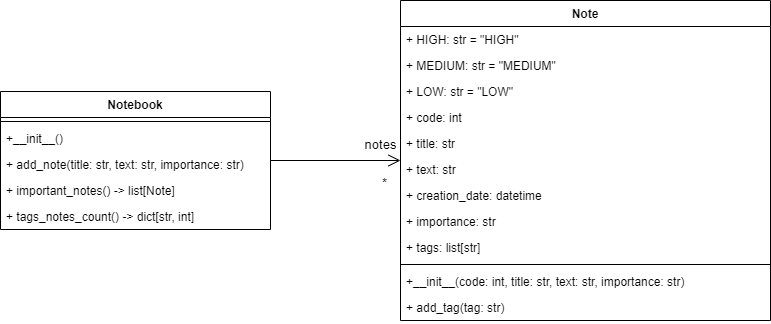
Earlier version of the draw.io export assets/images/class-model.png (zeebaz23/NotebookApp.repaso). Source tidied: cells renumbered, new cells last; positions are measured from the earlier drawing's top-left corner, leaving out a move shared by most shapes. Its diagram source:
```xml
<mxGraphModel>
  <root>
    <mxCell id="0" />
    <mxCell id="1" parent="0" />
    <mxCell id="2" style="edgeStyle=orthogonalEdgeStyle;rounded=0;jettySize=auto;html=1;endArrow=open;endFill=0;strokeWidth=1;endSize=10;" parent="1" edge="1" source="5" target="11">
      <mxGeometry relative="1" as="geometry" />
    </mxCell>
    <mxCell id="3" value="notes" style="edgeLabel;html=1;align=center;verticalAlign=middle;fontSize=13;" parent="2" vertex="1">
      <mxGeometry x="0.68" y="-2" relative="1" as="geometry">
        <mxPoint y="-19" as="offset" />
      </mxGeometry>
    </mxCell>
    <mxCell id="4" value="*" style="edgeLabel;html=1;align=center;verticalAlign=middle;fontSize=13;" parent="2" vertex="1">
      <mxGeometry x="0.68" y="-5" relative="1" as="geometry">
        <mxPoint x="4" y="17" as="offset" />
      </mxGeometry>
    </mxCell>
    <mxCell id="5" value="Notebook" style="swimlane;fontStyle=1;align=center;verticalAlign=top;horizontal=1;startSize=26;" parent="1" vertex="1">
      <mxGeometry y="91" width="270" height="138" as="geometry" />
    </mxCell>
    <mxCell id="6" style="line;strokeWidth=1;fillColor=none;align=left;verticalAlign=middle;spacingTop=-1;spacingLeft=3;spacingRight=3;labelPosition=right;strokeColor=inherit;" parent="5" vertex="1">
      <mxGeometry y="26" width="270" height="8" as="geometry" />
    </mxCell>
    <mxCell id="7" value="+__init__()" style="text;strokeColor=none;fillColor=none;align=left;verticalAlign=top;spacingLeft=4;spacingRight=4;overflow=hidden;" parent="5" vertex="1">
      <mxGeometry y="34" width="270" height="26" as="geometry" />
    </mxCell>
    <mxCell id="8" value="+ add_note(title: str, text: str, importance: str)" style="text;strokeColor=none;fillColor=none;align=left;verticalAlign=top;spacingLeft=4;spacingRight=4;overflow=hidden;" parent="5" vertex="1">
      <mxGeometry y="60" width="270" height="26" as="geometry" />
    </mxCell>
    <mxCell id="9" value="+ important_notes() -&gt; list[Note]" style="text;strokeColor=none;fillColor=none;align=left;verticalAlign=top;spacingLeft=4;spacingRight=4;overflow=hidden;" parent="5" vertex="1">
      <mxGeometry y="86" width="270" height="26" as="geometry" />
    </mxCell>
    <mxCell id="10" value="+ tags_notes_count() -&gt; dict[str, int]" style="text;strokeColor=none;fillColor=none;align=left;verticalAlign=top;spacingLeft=4;spacingRight=4;overflow=hidden;" parent="5" vertex="1">
      <mxGeometry y="112" width="270" height="26" as="geometry" />
    </mxCell>
    <mxCell id="11" value="Note" style="swimlane;fontStyle=1;align=center;verticalAlign=top;horizontal=1;startSize=26;" parent="1" vertex="1">
      <mxGeometry x="400" width="370" height="320" as="geometry" />
    </mxCell>
    <mxCell id="12" value="+ HIGH: str = &quot;HIGH&quot;" style="text;strokeColor=none;fillColor=none;align=left;verticalAlign=top;spacingLeft=4;spacingRight=4;overflow=hidden;" parent="11" vertex="1">
      <mxGeometry y="26" width="370" height="26" as="geometry" />
    </mxCell>
    <mxCell id="13" value="+ MEDIUM: str = &quot;MEDIUM&quot;" style="text;strokeColor=none;fillColor=none;align=left;verticalAlign=top;spacingLeft=4;spacingRight=4;overflow=hidden;" parent="11" vertex="1">
      <mxGeometry y="52" width="370" height="26" as="geometry" />
    </mxCell>
    <mxCell id="14" value="+ LOW: str = &quot;LOW&quot;" style="text;strokeColor=none;fillColor=none;align=left;verticalAlign=top;spacingLeft=4;spacingRight=4;overflow=hidden;" parent="11" vertex="1">
      <mxGeometry y="78" width="370" height="26" as="geometry" />
    </mxCell>
    <mxCell id="15" value="+ code: int" style="text;strokeColor=none;fillColor=none;align=left;verticalAlign=top;spacingLeft=4;spacingRight=4;overflow=hidden;" parent="11" vertex="1">
      <mxGeometry y="104" width="370" height="26" as="geometry" />
    </mxCell>
    <mxCell id="16" value="+ title: str" style="text;strokeColor=none;fillColor=none;align=left;verticalAlign=top;spacingLeft=4;spacingRight=4;overflow=hidden;" parent="11" vertex="1">
      <mxGeometry y="130" width="370" height="26" as="geometry" />
    </mxCell>
    <mxCell id="17" value="+ text: str" style="text;strokeColor=none;fillColor=none;align=left;verticalAlign=top;spacingLeft=4;spacingRight=4;overflow=hidden;" parent="11" vertex="1">
      <mxGeometry y="156" width="370" height="26" as="geometry" />
    </mxCell>
    <mxCell id="18" value="+ creation_date: datetime" style="text;strokeColor=none;fillColor=none;align=left;verticalAlign=top;spacingLeft=4;spacingRight=4;overflow=hidden;" parent="11" vertex="1">
      <mxGeometry y="182" width="370" height="26" as="geometry" />
    </mxCell>
    <mxCell id="19" value="+ importance: str" style="text;strokeColor=none;fillColor=none;align=left;verticalAlign=top;spacingLeft=4;spacingRight=4;overflow=hidden;" parent="11" vertex="1">
      <mxGeometry y="208" width="370" height="26" as="geometry" />
    </mxCell>
    <mxCell id="20" value="+ tags: list[str]" style="text;strokeColor=none;fillColor=none;align=left;verticalAlign=top;spacingLeft=4;spacingRight=4;overflow=hidden;" parent="11" vertex="1">
      <mxGeometry y="234" width="370" height="26" as="geometry" />
    </mxCell>
    <mxCell id="21" style="line;strokeWidth=1;fillColor=none;align=left;verticalAlign=middle;spacingTop=-1;spacingLeft=3;spacingRight=3;labelPosition=right;strokeColor=inherit;" parent="11" vertex="1">
      <mxGeometry y="260" width="370" height="8" as="geometry" />
    </mxCell>
    <mxCell id="22" value="+__init__(code: int, title: str, text: str, importance: str)" style="text;strokeColor=none;fillColor=none;align=left;verticalAlign=top;spacingLeft=4;spacingRight=4;overflow=hidden;" parent="11" vertex="1">
      <mxGeometry y="268" width="370" height="26" as="geometry" />
    </mxCell>
    <mxCell id="23" value="+ add_tag(tag: str)" style="text;strokeColor=none;fillColor=none;align=left;verticalAlign=top;spacingLeft=4;spacingRight=4;overflow=hidden;" parent="11" vertex="1">
      <mxGeometry y="294" width="370" height="26" as="geometry" />
    </mxCell>
  </root>
</mxGraphModel>
```
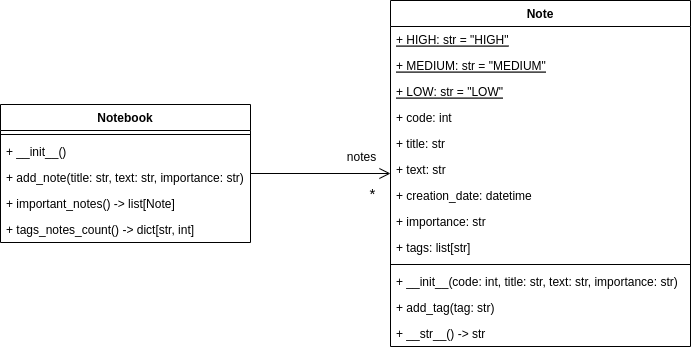
The same diagram one commit later.

What changed in the source:
```diff
@@ -2,75 +2,78 @@
   <root>
     <mxCell id="0" />
     <mxCell id="1" parent="0" />
-    <mxCell id="2" style="edgeStyle=orthogonalEdgeStyle;rounded=0;jettySize=auto;html=1;endArrow=open;endFill=0;strokeWidth=1;endSize=10;" parent="1" edge="1" source="5" target="11">
+    <mxCell id="2" style="edgeStyle=orthogonalEdgeStyle;rounded=0;jettySize=auto;html=1;endArrow=open;endFill=0;endSize=9;" parent="1" edge="1" source="5" target="11">
       <mxGeometry relative="1" as="geometry" />
     </mxCell>
-    <mxCell id="3" value="notes" style="edgeLabel;html=1;align=center;verticalAlign=middle;fontSize=13;" parent="2" vertex="1">
-      <mxGeometry x="0.68" y="-2" relative="1" as="geometry">
-        <mxPoint y="-19" as="offset" />
+    <mxCell id="3" value="notes" style="edgeLabel;html=1;align=center;verticalAlign=middle;fontSize=12;" parent="2" vertex="1">
+      <mxGeometry x="0.69" relative="1" as="geometry">
+        <mxPoint x="-8" y="-17" as="offset" />
       </mxGeometry>
     </mxCell>
-    <mxCell id="4" value="*" style="edgeLabel;html=1;align=center;verticalAlign=middle;fontSize=13;" parent="2" vertex="1">
-      <mxGeometry x="0.68" y="-5" relative="1" as="geometry">
-        <mxPoint x="4" y="17" as="offset" />
+    <mxCell id="4" value="*" style="edgeLabel;html=1;align=center;verticalAlign=middle;fontSize=15;" parent="2" vertex="1">
+      <mxGeometry x="0.73" y="2" relative="1" as="geometry">
+        <mxPoint y="21" as="offset" />
       </mxGeometry>
     </mxCell>
     <mxCell id="5" value="Notebook" style="swimlane;fontStyle=1;align=center;verticalAlign=top;horizontal=1;startSize=26;" parent="1" vertex="1">
-      <mxGeometry y="91" width="270" height="138" as="geometry" />
+      <mxGeometry x="-50" y="492" width="250" height="138" as="geometry" />
     </mxCell>
-    <mxCell id="6" style="line;strokeWidth=1;fillColor=none;align=left;verticalAlign=middle;spacingTop=-1;spacingLeft=3;spacingRight=3;labelPosition=right;strokeColor=inherit;" parent="5" vertex="1">
-      <mxGeometry y="26" width="270" height="8" as="geometry" />
-    </mxCell>
-    <mxCell id="7" value="+__init__()" style="text;strokeColor=none;fillColor=none;align=left;verticalAlign=top;spacingLeft=4;spacingRight=4;overflow=hidden;" parent="5" vertex="1">
-      <mxGeometry y="34" width="270" height="26" as="geometry" />
-    </mxCell>
+    <mxCell id="24" style="line;strokeWidth=1;fillColor=none;align=left;verticalAlign=middle;spacingTop=-1;spacingLeft=3;spacingRight=3;labelPosition=right;strokeColor=inherit;" parent="5" vertex="1">
+      <mxGeometry y="26" width="250" height="8" as="geometry" />
+    </mxCell>
+    <mxCell id="25" value="+ __init__()" style="text;strokeColor=none;fillColor=none;align=left;verticalAlign=top;spacingLeft=4;spacingRight=4;overflow=hidden;" parent="5" vertex="1">
+      <mxGeometry y="34" width="250" height="26" as="geometry" />
+    </mxCell>
     <mxCell id="8" value="+ add_note(title: str, text: str, importance: str)" style="text;strokeColor=none;fillColor=none;align=left;verticalAlign=top;spacingLeft=4;spacingRight=4;overflow=hidden;" parent="5" vertex="1">
-      <mxGeometry y="60" width="270" height="26" as="geometry" />
+      <mxGeometry y="60" width="250" height="26" as="geometry" />
     </mxCell>
     <mxCell id="9" value="+ important_notes() -&gt; list[Note]" style="text;strokeColor=none;fillColor=none;align=left;verticalAlign=top;spacingLeft=4;spacingRight=4;overflow=hidden;" parent="5" vertex="1">
-      <mxGeometry y="86" width="270" height="26" as="geometry" />
+      <mxGeometry y="86" width="250" height="26" as="geometry" />
     </mxCell>
     <mxCell id="10" value="+ tags_notes_count() -&gt; dict[str, int]" style="text;strokeColor=none;fillColor=none;align=left;verticalAlign=top;spacingLeft=4;spacingRight=4;overflow=hidden;" parent="5" vertex="1">
-      <mxGeometry y="112" width="270" height="26" as="geometry" />
+      <mxGeometry y="112" width="250" height="26" as="geometry" />
     </mxCell>
     <mxCell id="11" value="Note" style="swimlane;fontStyle=1;align=center;verticalAlign=top;horizontal=1;startSize=26;" parent="1" vertex="1">
-      <mxGeometry x="400" width="370" height="320" as="geometry" />
+      <mxGeometry x="340" y="388" width="300" height="346" as="geometry" />
     </mxCell>
-    <mxCell id="12" value="+ HIGH: str = &quot;HIGH&quot;" style="text;strokeColor=none;fillColor=none;align=left;verticalAlign=top;spacingLeft=4;spacingRight=4;overflow=hidden;" parent="11" vertex="1">
-      <mxGeometry y="26" width="370" height="26" as="geometry" />
+    <mxCell id="12" value="+ HIGH: str = &quot;HIGH&quot;" style="text;strokeColor=none;fillColor=none;align=left;verticalAlign=top;spacingLeft=4;spacingRight=4;overflow=hidden;fontStyle=4;" parent="11" vertex="1">
+      <mxGeometry y="26" width="300" height="26" as="geometry" />
     </mxCell>
-    <mxCell id="13" value="+ MEDIUM: str = &quot;MEDIUM&quot;" style="text;strokeColor=none;fillColor=none;align=left;verticalAlign=top;spacingLeft=4;spacingRight=4;overflow=hidden;" parent="11" vertex="1">
-      <mxGeometry y="52" width="370" height="26" as="geometry" />
+    <mxCell id="13" value="+ MEDIUM: str = &quot;MEDIUM&quot;" style="text;strokeColor=none;fillColor=none;align=left;verticalAlign=top;spacingLeft=4;spacingRight=4;overflow=hidden;fontStyle=4;" parent="11" vertex="1">
+      <mxGeometry y="52" width="300" height="26" as="geometry" />
     </mxCell>
-    <mxCell id="14" value="+ LOW: str = &quot;LOW&quot;" style="text;strokeColor=none;fillColor=none;align=left;verticalAlign=top;spacingLeft=4;spacingRight=4;overflow=hidden;" parent="11" vertex="1">
-      <mxGeometry y="78" width="370" height="26" as="geometry" />
+    <mxCell id="14" value="+ LOW: str = &quot;LOW&quot;" style="text;strokeColor=none;fillColor=none;align=left;verticalAlign=top;spacingLeft=4;spacingRight=4;overflow=hidden;fontStyle=4;" parent="11" vertex="1">
+      <mxGeometry y="78" width="300" height="26" as="geometry" />
     </mxCell>
-    <mxCell id="15" value="+ code: int" style="text;strokeColor=none;fillColor=none;align=left;verticalAlign=top;spacingLeft=4;spacingRight=4;overflow=hidden;" parent="11" vertex="1">
-      <mxGeometry y="104" width="370" height="26" as="geometry" />
+    <mxCell id="15" value="+ code: int" style="text;strokeColor=none;fillColor=none;align=left;verticalAlign=top;spacingLeft=4;spacingRight=4;overflow=hidden;fontStyle=0;" parent="11" vertex="1">
+      <mxGeometry y="104" width="300" height="26" as="geometry" />
     </mxCell>
-    <mxCell id="16" value="+ title: str" style="text;strokeColor=none;fillColor=none;align=left;verticalAlign=top;spacingLeft=4;spacingRight=4;overflow=hidden;" parent="11" vertex="1">
-      <mxGeometry y="130" width="370" height="26" as="geometry" />
+    <mxCell id="16" value="+ title: str" style="text;strokeColor=none;fillColor=none;align=left;verticalAlign=top;spacingLeft=4;spacingRight=4;overflow=hidden;fontStyle=0;" parent="11" vertex="1">
+      <mxGeometry y="130" width="300" height="26" as="geometry" />
     </mxCell>
-    <mxCell id="17" value="+ text: str" style="text;strokeColor=none;fillColor=none;align=left;verticalAlign=top;spacingLeft=4;spacingRight=4;overflow=hidden;" parent="11" vertex="1">
-      <mxGeometry y="156" width="370" height="26" as="geometry" />
+    <mxCell id="17" value="+ text: str" style="text;strokeColor=none;fillColor=none;align=left;verticalAlign=top;spacingLeft=4;spacingRight=4;overflow=hidden;fontStyle=0;" parent="11" vertex="1">
+      <mxGeometry y="156" width="300" height="26" as="geometry" />
     </mxCell>
-    <mxCell id="18" value="+ creation_date: datetime" style="text;strokeColor=none;fillColor=none;align=left;verticalAlign=top;spacingLeft=4;spacingRight=4;overflow=hidden;" parent="11" vertex="1">
-      <mxGeometry y="182" width="370" height="26" as="geometry" />
+    <mxCell id="18" value="+ creation_date: datetime" style="text;strokeColor=none;fillColor=none;align=left;verticalAlign=top;spacingLeft=4;spacingRight=4;overflow=hidden;fontStyle=0;" parent="11" vertex="1">
+      <mxGeometry y="182" width="300" height="26" as="geometry" />
     </mxCell>
-    <mxCell id="19" value="+ importance: str" style="text;strokeColor=none;fillColor=none;align=left;verticalAlign=top;spacingLeft=4;spacingRight=4;overflow=hidden;" parent="11" vertex="1">
-      <mxGeometry y="208" width="370" height="26" as="geometry" />
+    <mxCell id="19" value="+ importance: str" style="text;strokeColor=none;fillColor=none;align=left;verticalAlign=top;spacingLeft=4;spacingRight=4;overflow=hidden;fontStyle=0;" parent="11" vertex="1">
+      <mxGeometry y="208" width="300" height="26" as="geometry" />
     </mxCell>
-    <mxCell id="20" value="+ tags: list[str]" style="text;strokeColor=none;fillColor=none;align=left;verticalAlign=top;spacingLeft=4;spacingRight=4;overflow=hidden;" parent="11" vertex="1">
-      <mxGeometry y="234" width="370" height="26" as="geometry" />
+    <mxCell id="20" value="+ tags: list[str]" style="text;strokeColor=none;fillColor=none;align=left;verticalAlign=top;spacingLeft=4;spacingRight=4;overflow=hidden;fontStyle=0;" parent="11" vertex="1">
+      <mxGeometry y="234" width="300" height="26" as="geometry" />
     </mxCell>
-    <mxCell id="21" style="line;strokeWidth=1;fillColor=none;align=left;verticalAlign=middle;spacingTop=-1;spacingLeft=3;spacingRight=3;labelPosition=right;strokeColor=inherit;" parent="11" vertex="1">
-      <mxGeometry y="260" width="370" height="8" as="geometry" />
-    </mxCell>
-    <mxCell id="22" value="+__init__(code: int, title: str, text: str, importance: str)" style="text;strokeColor=none;fillColor=none;align=left;verticalAlign=top;spacingLeft=4;spacingRight=4;overflow=hidden;" parent="11" vertex="1">
-      <mxGeometry y="268" width="370" height="26" as="geometry" />
-    </mxCell>
+    <mxCell id="26" style="line;strokeWidth=1;fillColor=none;align=left;verticalAlign=middle;spacingTop=-1;spacingLeft=3;spacingRight=3;labelPosition=right;strokeColor=inherit;" parent="11" vertex="1">
+      <mxGeometry y="260" width="300" height="8" as="geometry" />
+    </mxCell>
+    <mxCell id="27" value="+ __init__(code: int, title: str, text: str, importance: str)" style="text;strokeColor=none;fillColor=none;align=left;verticalAlign=top;spacingLeft=4;spacingRight=4;overflow=hidden;" parent="11" vertex="1">
+      <mxGeometry y="268" width="300" height="26" as="geometry" />
+    </mxCell>
     <mxCell id="23" value="+ add_tag(tag: str)" style="text;strokeColor=none;fillColor=none;align=left;verticalAlign=top;spacingLeft=4;spacingRight=4;overflow=hidden;" parent="11" vertex="1">
-      <mxGeometry y="294" width="370" height="26" as="geometry" />
+      <mxGeometry y="294" width="300" height="26" as="geometry" />
     </mxCell>
+    <mxCell id="28" value="+ __str__() -&gt; str" style="text;strokeColor=none;fillColor=none;align=left;verticalAlign=top;spacingLeft=4;spacingRight=4;overflow=hidden;" parent="11" vertex="1">
+      <mxGeometry y="320" width="300" height="26" as="geometry" />
+    </mxCell>
   </root>
 </mxGraphModel>
```
